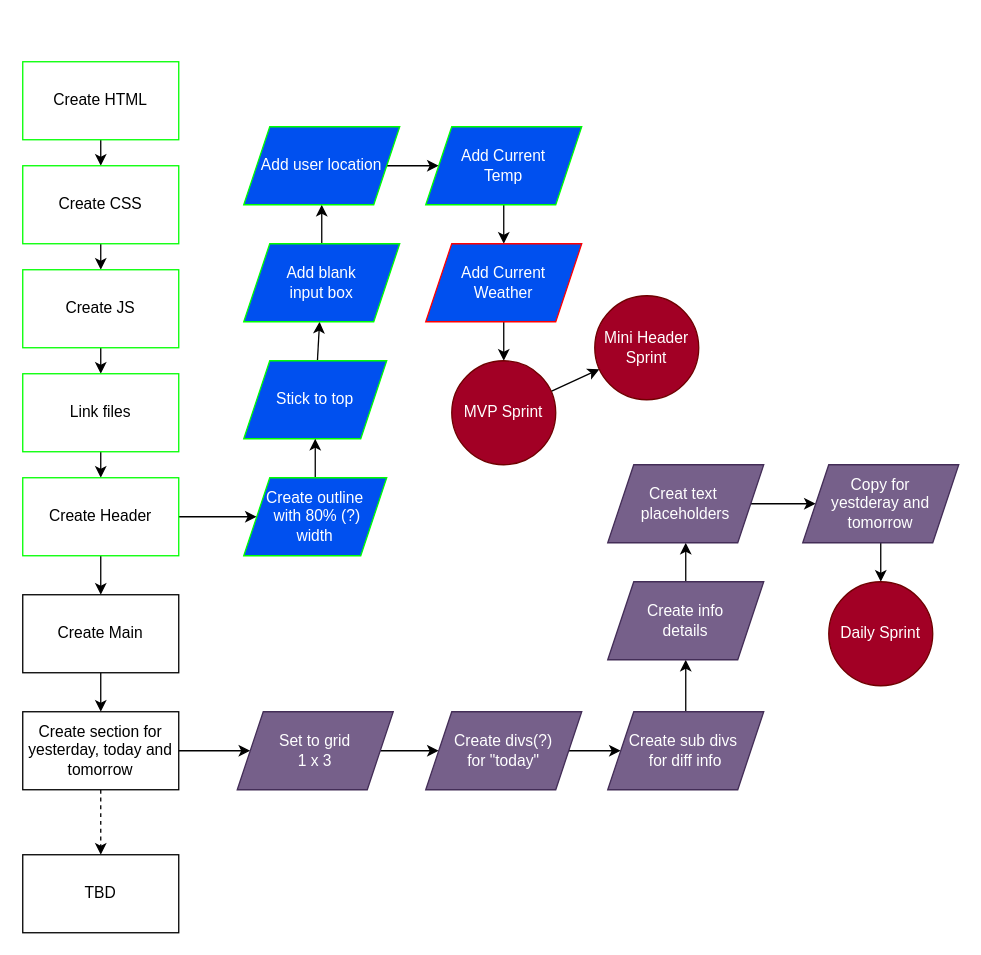
Before: page "Design Sprint" (2 of 5) of Planner.drawio in DayHikari/WeatherApp, a draw.io diagram. Source tidied: cells renumbered, new cells numbered last; positions are measured from the earlier drawing's top-left corner, leaving out a move shared by most shapes. Both pictures are drawn from the tidied source at 130%, with x=0, y=0 at pixel (22, 22).
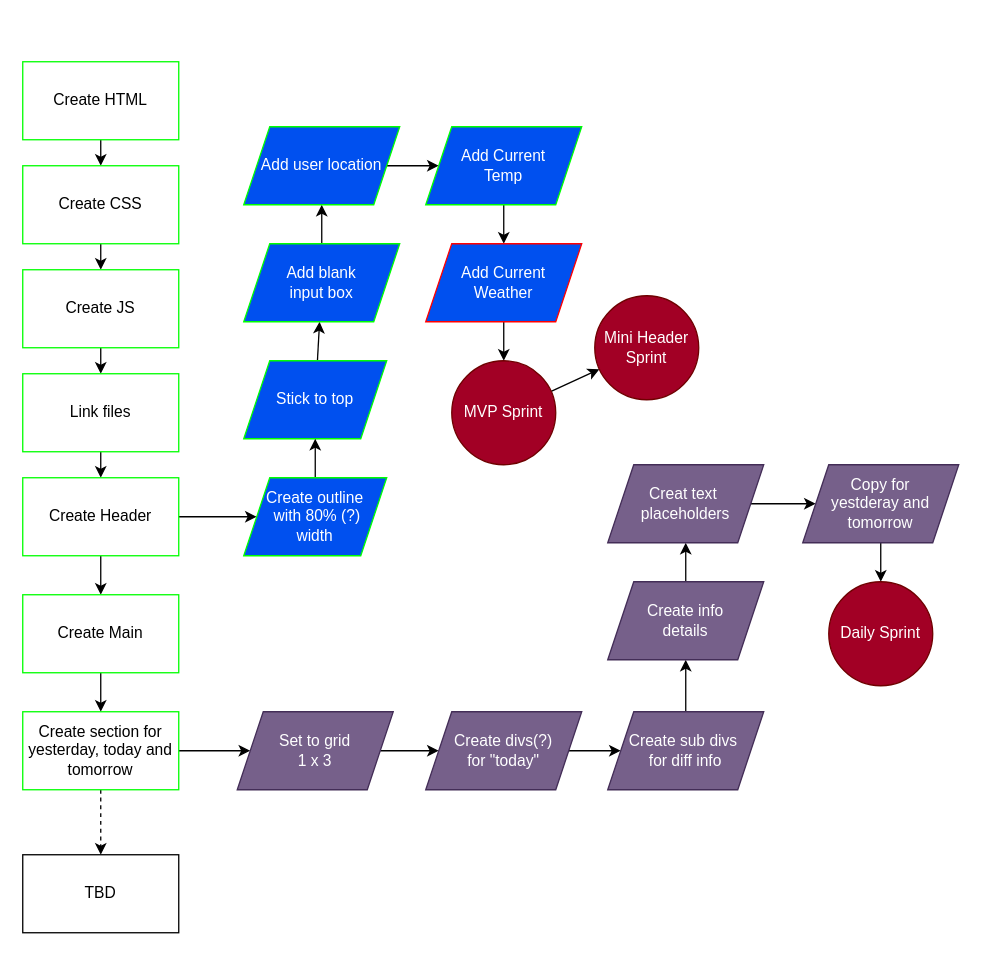
The same page after the edit.

Change to the diagram source:
```diff
@@
-    <mxCell id="28" value="Create Main" style="whiteSpace=wrap;html=1;rounded=0;" parent="1" vertex="1">
+    <mxCell id="28" value="Create Main" style="whiteSpace=wrap;html=1;rounded=0;strokeColor=#00FF00;" parent="1" vertex="1">
       <mxGeometry y="440" width="120" height="60" as="geometry" />
     </mxCell>
@@
-    <mxCell id="31" value="Create section for yesterday, today and tomorrow" style="whiteSpace=wrap;html=1;rounded=0;" parent="1" vertex="1">
+    <mxCell id="31" value="Create section for yesterday, today and tomorrow" style="whiteSpace=wrap;html=1;rounded=0;strokeColor=#00FF00;" parent="1" vertex="1">
       <mxGeometry y="530" width="120" height="60" as="geometry" />
     </mxCell>
```
